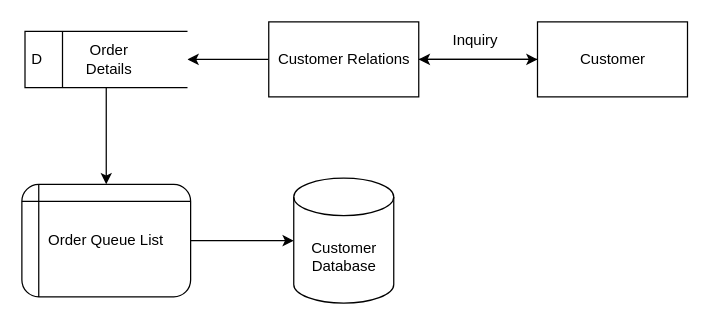
Before: page "Level 2 DFD (Order Queue List)" (3 of 5) of DFD DIAGRAMS.drawio in BryanFabellore/Team_SPOTLIGHT, a draw.io diagram. Source tidied: cells renumbered, new cells numbered last; positions are measured from the earlier drawing's top-left corner, leaving out a move shared by most shapes. Both pictures are drawn from the tidied source at 125%, with x=0, y=0 at pixel (21, 21).
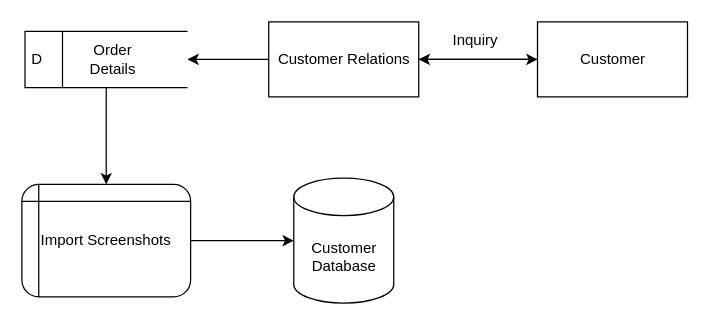
The same page after the edit.

What changed in the source:
```diff
@@
 <mxGraphModel>
   <root>
     <mxCell id="0" />
     <mxCell id="1" parent="0" />
     <mxCell id="2" style="edgeStyle=orthogonalEdgeStyle;rounded=0;jettySize=auto;html=1;" parent="1" edge="1" source="4" target="6">
       <mxGeometry relative="1" as="geometry" />
     </mxCell>
     <mxCell id="3" style="edgeStyle=orthogonalEdgeStyle;rounded=0;jettySize=auto;html=1;" parent="1" edge="1" source="4" target="11">
       <mxGeometry relative="1" as="geometry" />
     </mxCell>
     <mxCell id="4" value="Customer Relations" style="rounded=0;whiteSpace=wrap;html=1;strokeColor=default;fontFamily=Helvetica;fontSize=12;fontColor=default;fillColor=#FFFFFF;" parent="1" vertex="1">
       <mxGeometry x="197.5" width="120" height="60" as="geometry" />
     </mxCell>
     <mxCell id="5" style="edgeStyle=orthogonalEdgeStyle;rounded=0;jettySize=auto;html=1;entryX=1;entryY=0.5;entryDx=0;entryDy=0;" parent="1" edge="1" source="6" target="4">
       <mxGeometry relative="1" as="geometry" />
     </mxCell>
     <mxCell id="6" value="Customer" style="rounded=0;whiteSpace=wrap;html=1;strokeColor=default;fontFamily=Helvetica;fontSize=12;fontColor=default;fillColor=#FFFFFF;" parent="1" vertex="1">
       <mxGeometry x="412.5" width="120" height="60" as="geometry" />
     </mxCell>
     <mxCell id="7" style="edgeStyle=orthogonalEdgeStyle;rounded=0;jettySize=auto;html=1;exitX=1;exitY=0.5;exitDx=0;exitDy=0;entryX=0;entryY=0.5;entryDx=0;entryDy=0;entryPerimeter=0;" parent="1" edge="1" source="8" target="14">
       <mxGeometry relative="1" as="geometry" />
     </mxCell>
-    <mxCell id="8" value="Order Queue List" style="shape=internalStorage;whiteSpace=wrap;html=1;backgroundOutline=1;rounded=1;strokeColor=default;fontFamily=Helvetica;fontSize=12;fontColor=default;fillColor=#FFFFFF;dx=5;dy=10;" parent="1" vertex="1">
+    <mxCell id="8" value="Import Screenshots" style="shape=internalStorage;whiteSpace=wrap;html=1;backgroundOutline=1;rounded=1;strokeColor=default;fontFamily=Helvetica;fontSize=12;fontColor=default;fillColor=#FFFFFF;dx=5;dy=10;" parent="1" vertex="1">
       <mxGeometry y="130" width="135" height="90" as="geometry" />
     </mxCell>
     <mxCell id="9" value="Inquiry" style="text;html=1;strokeColor=none;fillColor=none;align=center;verticalAlign=middle;whiteSpace=wrap;rounded=0;" parent="1" vertex="1">
       <mxGeometry x="332.5" width="60" height="30" as="geometry" />
     </mxCell>
     <mxCell id="10" style="group;" parent="1" vertex="1">
-      <mxGeometry y="7.5" width="130" height="45" as="geometry" />
+      <mxGeometry x="2.5" y="7.5" width="130" height="45" as="geometry" />
     </mxCell>
     <mxCell id="11" value="D" style="html=1;dashed=0;whitespace=wrap;shape=mxgraph.dfd.dataStoreID;align=left;spacingLeft=3;points=[[0,0],[0.5,0],[1,0],[0,0.5],[1,0.5],[0,1],[0.5,1],[1,1]];" parent="10" vertex="1">
-      <mxGeometry x="2.5" width="130" height="45" as="geometry" />
+      <mxGeometry width="130" height="45" as="geometry" />
     </mxCell>
     <mxCell id="12" value="Order Details" style="text;html=1;strokeColor=none;fillColor=none;align=center;verticalAlign=middle;whiteSpace=wrap;rounded=0;" parent="10" vertex="1">
       <mxGeometry x="40" y="7.5" width="60" height="30" as="geometry" />
     </mxCell>
     <mxCell id="13" style="edgeStyle=orthogonalEdgeStyle;rounded=0;jettySize=auto;html=1;entryX=0.5;entryY=0;entryDx=0;entryDy=0;" parent="1" edge="1" source="11" target="8">
       <mxGeometry relative="1" as="geometry" />
     </mxCell>
     <mxCell id="14" value="Customer Database" style="shape=cylinder3;whiteSpace=wrap;html=1;boundedLbl=1;backgroundOutline=1;size=15;" parent="1" vertex="1">
       <mxGeometry x="217.5" y="125" width="80" height="100" as="geometry" />
     </mxCell>
   </root>
 </mxGraphModel>
```
